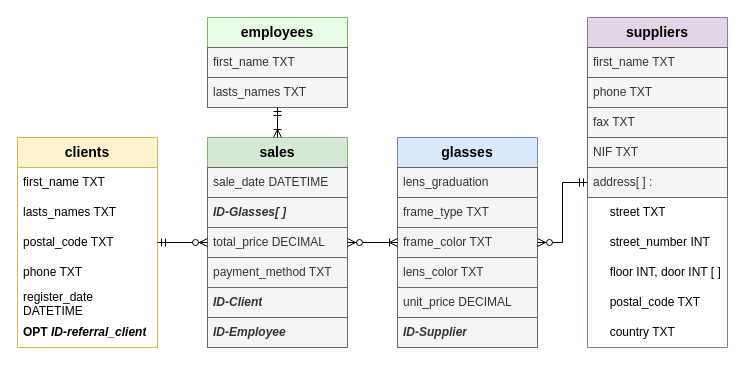
This is modelOptica.drawio from carlajuani/Sprint2, a draw.io file, before an edit. Source tidied: cells renumbered, new cells numbered last; positions are measured from the earlier drawing's top-left corner, leaving out a move shared by most shapes. Both pictures are drawn from the tidied source at 100%, with x=0, y=0 at pixel (17, 17).
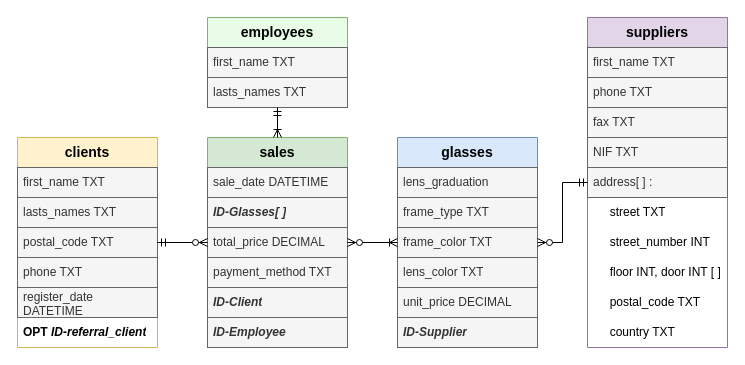
The same diagram, later.

Unchanged cells that the change refers to:
```xml
<mxCell id="19" value="&lt;font size=&quot;1&quot;&gt;&lt;b style=&quot;font-size: 14px;&quot;&gt;clients&lt;/b&gt;&lt;/font&gt;" style="swimlane;fontStyle=0;horizontal=1;startSize=30;whiteSpace=wrap;html=1;fillColor=#fff2cc;strokeColor=#d6b656;" parent="1" vertex="1">
  <mxGeometry y="120" width="140" height="210" as="geometry" />
</mxCell>
```

What changed in the source:
```diff
@@
-    <mxCell id="20" value="first_name TXT" style="text;strokeColor=none;fillColor=none;align=left;verticalAlign=middle;spacingLeft=4;spacingRight=4;overflow=hidden;whiteSpace=wrap;html=1;" parent="19" vertex="1">
+    <mxCell id="20" value="first_name TXT" style="text;strokeColor=#666666;fillColor=#f5f5f5;align=left;verticalAlign=middle;spacingLeft=4;spacingRight=4;overflow=hidden;whiteSpace=wrap;html=1;fontColor=#333333;" parent="19" vertex="1">
       <mxGeometry y="30" width="140" height="30" as="geometry" />
     </mxCell>
-    <mxCell id="21" value="lasts_names TXT" style="text;strokeColor=none;fillColor=none;align=left;verticalAlign=middle;spacingLeft=4;spacingRight=4;overflow=hidden;whiteSpace=wrap;html=1;" parent="19" vertex="1">
+    <mxCell id="21" value="lasts_names TXT" style="text;strokeColor=#666666;fillColor=#f5f5f5;align=left;verticalAlign=middle;spacingLeft=4;spacingRight=4;overflow=hidden;whiteSpace=wrap;html=1;fontColor=#333333;" parent="19" vertex="1">
       <mxGeometry y="60" width="140" height="30" as="geometry" />
     </mxCell>
-    <mxCell id="22" value="postal_code TXT" style="text;align=left;verticalAlign=middle;spacingLeft=4;spacingRight=4;overflow=hidden;whiteSpace=wrap;html=1;shadow=0;glass=0;rounded=0;" parent="19" vertex="1">
+    <mxCell id="22" value="postal_code TXT" style="text;align=left;verticalAlign=middle;spacingLeft=4;spacingRight=4;overflow=hidden;whiteSpace=wrap;html=1;shadow=0;glass=0;rounded=0;fillColor=#f5f5f5;fontColor=#333333;strokeColor=#666666;" parent="19" vertex="1">
       <mxGeometry y="90" width="140" height="30" as="geometry" />
     </mxCell>
-    <mxCell id="23" value="phone TXT" style="text;strokeColor=none;fillColor=none;align=left;verticalAlign=middle;spacingLeft=4;spacingRight=4;overflow=hidden;whiteSpace=wrap;html=1;" parent="19" vertex="1">
+    <mxCell id="23" value="phone TXT" style="text;strokeColor=#666666;fillColor=#f5f5f5;align=left;verticalAlign=middle;spacingLeft=4;spacingRight=4;overflow=hidden;whiteSpace=wrap;html=1;fontColor=#333333;" parent="19" vertex="1">
       <mxGeometry y="120" width="140" height="30" as="geometry" />
     </mxCell>
-    <mxCell id="24" value="register_date DATETIME" style="text;strokeColor=none;fillColor=none;align=left;verticalAlign=middle;spacingLeft=4;spacingRight=4;overflow=hidden;whiteSpace=wrap;html=1;" parent="19" vertex="1">
+    <mxCell id="24" value="register_date DATETIME" style="text;strokeColor=#666666;fillColor=#f5f5f5;align=left;verticalAlign=middle;spacingLeft=4;spacingRight=4;overflow=hidden;whiteSpace=wrap;html=1;fontColor=#333333;" parent="19" vertex="1">
       <mxGeometry y="150" width="140" height="30" as="geometry" />
     </mxCell>
```
